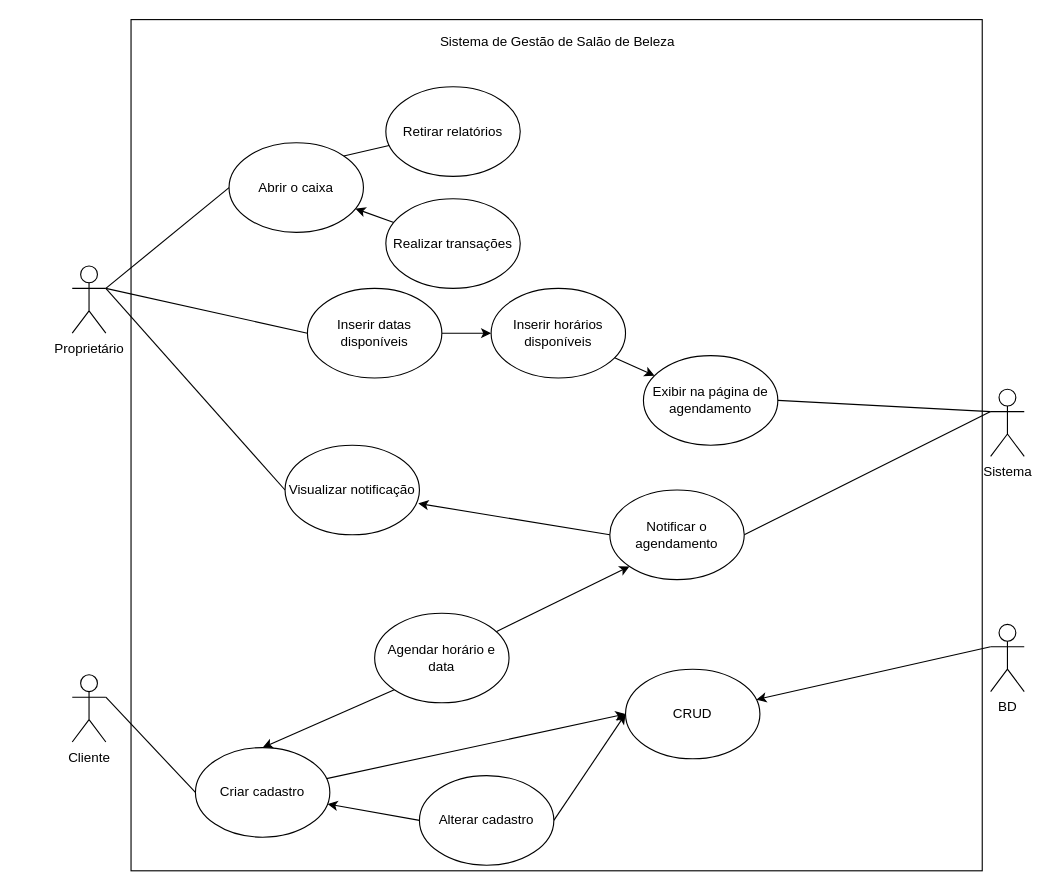
Before: TG.drawio in miguel-ribeiro-07/Diagrams, a draw.io diagram. Source tidied: cells renumbered, new cells numbered last; positions are measured from the earlier drawing's top-left corner, leaving out a move shared by most shapes. Both pictures are drawn from the tidied source at 112%, with x=0, y=0 at pixel (72, 19).
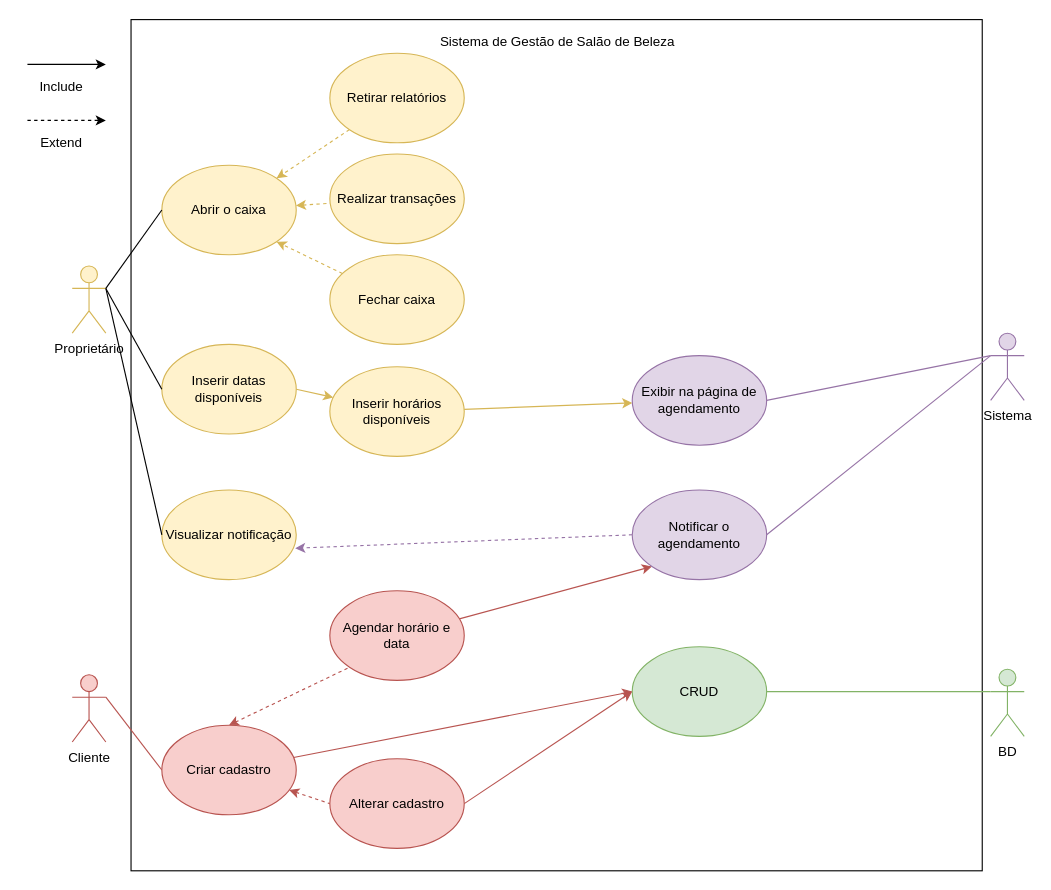
The same page after the edit.

The edit, as a diff of the source:
```diff
@@
-    <mxCell id="2" value="Proprietário" style="shape=umlActor;verticalLabelPosition=bottom;verticalAlign=top;html=1;outlineConnect=0;" parent="1" vertex="1">
+    <mxCell id="2" value="Proprietário" style="shape=umlActor;verticalLabelPosition=bottom;verticalAlign=top;html=1;outlineConnect=0;fillColor=#fff2cc;strokeColor=#d6b656;" parent="1" vertex="1">
       <mxGeometry y="220" width="30" height="60" as="geometry" />
     </mxCell>
@@
-    <mxCell id="4" style="rounded=0;jettySize=auto;html=1;exitX=1;exitY=0.3333333333333333;exitDx=0;exitDy=0;exitPerimeter=0;entryX=0;entryY=0.5;entryDx=0;entryDy=0;endArrow=none;endFill=0;" parent="1" edge="1" source="5" target="14">
+    <mxCell id="4" style="rounded=0;jettySize=auto;html=1;exitX=1;exitY=0.3333333333333333;exitDx=0;exitDy=0;exitPerimeter=0;entryX=0;entryY=0.5;entryDx=0;entryDy=0;endArrow=none;endFill=0;fillColor=#f8cecc;strokeColor=#b85450;" parent="1" edge="1" source="5" target="14">
       <mxGeometry relative="1" as="geometry" />
     </mxCell>
-    <mxCell id="5" value="Cliente" style="shape=umlActor;verticalLabelPosition=bottom;verticalAlign=top;html=1;outlineConnect=0;" parent="1" vertex="1">
+    <mxCell id="5" value="Cliente" style="shape=umlActor;verticalLabelPosition=bottom;verticalAlign=top;html=1;outlineConnect=0;fillColor=#f8cecc;strokeColor=#b85450;" parent="1" vertex="1">
       <mxGeometry y="585" width="30" height="60" as="geometry" />
     </mxCell>
-    <mxCell id="6" style="rounded=0;jettySize=auto;html=1;exitX=0;exitY=0.3333333333333333;exitDx=0;exitDy=0;exitPerimeter=0;" parent="1" edge="1" source="7" target="15">
+    <mxCell id="6" style="rounded=0;jettySize=auto;html=1;exitX=0;exitY=0.3333333333333333;exitDx=0;exitDy=0;exitPerimeter=0;fillColor=#d5e8d4;strokeColor=#82b366;endArrow=none;endFill=0;" parent="1" edge="1" source="7" target="15">
       <mxGeometry relative="1" as="geometry" />
     </mxCell>
-    <mxCell id="7" value="BD" style="shape=umlActor;verticalLabelPosition=bottom;verticalAlign=top;html=1;outlineConnect=0;" parent="1" vertex="1">
-      <mxGeometry x="820" y="540" width="30" height="60" as="geometry" />
+    <mxCell id="7" value="BD" style="shape=umlActor;verticalLabelPosition=bottom;verticalAlign=top;html=1;outlineConnect=0;fillColor=#d5e8d4;strokeColor=#82b366;" parent="1" vertex="1">
+      <mxGeometry x="820" y="580" width="30" height="60" as="geometry" />
     </mxCell>
-    <mxCell id="8" style="edgeStyle=none;rounded=0;jettySize=auto;html=1;exitX=1;exitY=0.5;exitDx=0;exitDy=0;startArrow=none;startFill=0;endArrow=classic;endFill=1;" parent="1" edge="1" source="9" target="20">
+    <mxCell id="8" style="edgeStyle=none;rounded=0;jettySize=auto;html=1;exitX=1;exitY=0.5;exitDx=0;exitDy=0;startArrow=none;startFill=0;endArrow=classic;endFill=1;fillColor=#fff2cc;strokeColor=#d6b656;" parent="1" edge="1" source="9" target="20">
       <mxGeometry relative="1" as="geometry" />
     </mxCell>
-    <mxCell id="9" value="Inserir datas disponíveis" style="ellipse;whiteSpace=wrap;html=1;" parent="1" vertex="1">
-      <mxGeometry x="210" y="240" width="120" height="80" as="geometry" />
+    <mxCell id="9" value="Inserir datas disponíveis" style="ellipse;whiteSpace=wrap;html=1;fillColor=#fff2cc;strokeColor=#d6b656;" parent="1" vertex="1">
+      <mxGeometry x="80" y="290" width="120" height="80" as="geometry" />
     </mxCell>
@@
-    <mxCell id="11" style="edgeStyle=none;rounded=0;jettySize=auto;html=1;entryX=0;entryY=0.5;entryDx=0;entryDy=0;" parent="1" edge="1" source="14" target="15">
+    <mxCell id="11" style="edgeStyle=none;rounded=0;jettySize=auto;html=1;entryX=0;entryY=0.5;entryDx=0;entryDy=0;fillColor=#f8cecc;strokeColor=#b85450;" parent="1" edge="1" source="14" target="15">
       <mxGeometry relative="1" as="geometry" />
     </mxCell>
-    <mxCell id="12" style="edgeStyle=none;rounded=0;jettySize=auto;html=1;entryX=0;entryY=0.5;entryDx=0;entryDy=0;endArrow=none;endFill=0;startArrow=classic;startFill=1;" parent="1" edge="1" source="14" target="18">
+    <mxCell id="12" style="edgeStyle=none;rounded=0;jettySize=auto;html=1;entryX=0;entryY=0.5;entryDx=0;entryDy=0;endArrow=none;endFill=0;startArrow=classic;startFill=1;dashed=1;fillColor=#f8cecc;strokeColor=#b85450;" parent="1" edge="1" source="14" target="18">
       <mxGeometry relative="1" as="geometry" />
     </mxCell>
-    <mxCell id="13" style="edgeStyle=none;rounded=0;jettySize=auto;html=1;exitX=0.5;exitY=0;exitDx=0;exitDy=0;entryX=0;entryY=1;entryDx=0;entryDy=0;startArrow=classic;startFill=1;endArrow=none;endFill=0;" parent="1" edge="1" source="14" target="23">
+    <mxCell id="13" style="edgeStyle=none;rounded=0;jettySize=auto;html=1;exitX=0.5;exitY=0;exitDx=0;exitDy=0;entryX=0;entryY=1;entryDx=0;entryDy=0;startArrow=classic;startFill=1;endArrow=none;endFill=0;dashed=1;fillColor=#f8cecc;strokeColor=#b85450;" parent="1" edge="1" source="14" target="23">
       <mxGeometry relative="1" as="geometry" />
     </mxCell>
-    <mxCell id="14" value="Criar cadastro" style="ellipse;whiteSpace=wrap;html=1;" parent="1" vertex="1">
-      <mxGeometry x="110" y="650" width="120" height="80" as="geometry" />
+    <mxCell id="14" value="Criar cadastro" style="ellipse;whiteSpace=wrap;html=1;fillColor=#f8cecc;strokeColor=#b85450;" parent="1" vertex="1">
+      <mxGeometry x="80" y="630" width="120" height="80" as="geometry" />
     </mxCell>
-    <mxCell id="15" value="CRUD" style="ellipse;whiteSpace=wrap;html=1;" parent="1" vertex="1">
-      <mxGeometry x="494" y="580" width="120" height="80" as="geometry" />
+    <mxCell id="15" value="CRUD" style="ellipse;whiteSpace=wrap;html=1;fillColor=#d5e8d4;strokeColor=#82b366;" parent="1" vertex="1">
+      <mxGeometry x="500" y="560" width="120" height="80" as="geometry" />
     </mxCell>
@@
-    <mxCell id="17" style="edgeStyle=none;rounded=0;jettySize=auto;html=1;entryX=0;entryY=0.5;entryDx=0;entryDy=0;endArrow=classic;endFill=1;exitX=1;exitY=0.5;exitDx=0;exitDy=0;" parent="1" edge="1" source="18" target="15">
+    <mxCell id="17" style="edgeStyle=none;rounded=0;jettySize=auto;html=1;entryX=0;entryY=0.5;entryDx=0;entryDy=0;endArrow=classic;endFill=1;exitX=1;exitY=0.5;exitDx=0;exitDy=0;fillColor=#f8cecc;strokeColor=#b85450;" parent="1" edge="1" source="18" target="15">
       <mxGeometry relative="1" as="geometry" />
     </mxCell>
-    <mxCell id="18" value="Alterar cadastro" style="ellipse;whiteSpace=wrap;html=1;" parent="1" vertex="1">
-      <mxGeometry x="310" y="675" width="120" height="80" as="geometry" />
+    <mxCell id="18" value="Alterar cadastro" style="ellipse;whiteSpace=wrap;html=1;fillColor=#f8cecc;strokeColor=#b85450;" parent="1" vertex="1">
+      <mxGeometry x="230" y="660" width="120" height="80" as="geometry" />
     </mxCell>
-    <mxCell id="19" style="edgeStyle=none;rounded=0;jettySize=auto;html=1;startArrow=none;startFill=0;endArrow=classic;endFill=1;" parent="1" edge="1" source="20" target="21">
+    <mxCell id="19" style="edgeStyle=none;rounded=0;jettySize=auto;html=1;startArrow=none;startFill=0;endArrow=classic;endFill=1;fillColor=#fff2cc;strokeColor=#d6b656;" parent="1" edge="1" source="20" target="21">
       <mxGeometry relative="1" as="geometry" />
     </mxCell>
-    <mxCell id="20" value="Inserir horários disponíveis" style="ellipse;whiteSpace=wrap;html=1;" parent="1" vertex="1">
-      <mxGeometry x="374" y="240" width="120" height="80" as="geometry" />
+    <mxCell id="20" value="Inserir horários disponíveis" style="ellipse;whiteSpace=wrap;html=1;fillColor=#fff2cc;strokeColor=#d6b656;" parent="1" vertex="1">
+      <mxGeometry x="230" y="310" width="120" height="80" as="geometry" />
     </mxCell>
-    <mxCell id="21" value="Exibir na página de agendamento" style="ellipse;whiteSpace=wrap;html=1;" parent="1" vertex="1">
-      <mxGeometry x="510" y="300" width="120" height="80" as="geometry" />
+    <mxCell id="21" value="Exibir na página de agendamento" style="ellipse;whiteSpace=wrap;html=1;fillColor=#e1d5e7;strokeColor=#9673a6;" parent="1" vertex="1">
+      <mxGeometry x="500" y="300" width="120" height="80" as="geometry" />
     </mxCell>
-    <mxCell id="22" style="edgeStyle=none;rounded=0;jettySize=auto;html=1;entryX=0;entryY=1;entryDx=0;entryDy=0;startArrow=none;startFill=0;endArrow=classic;endFill=1;" parent="1" edge="1" source="23" target="26">
+    <mxCell id="22" style="edgeStyle=none;rounded=0;jettySize=auto;html=1;entryX=0;entryY=1;entryDx=0;entryDy=0;startArrow=none;startFill=0;endArrow=classic;endFill=1;fillColor=#f8cecc;strokeColor=#b85450;" parent="1" edge="1" source="23" target="26">
       <mxGeometry relative="1" as="geometry" />
     </mxCell>
-    <mxCell id="23" value="Agendar horário e data" style="ellipse;whiteSpace=wrap;html=1;" parent="1" vertex="1">
-      <mxGeometry x="270" y="530" width="120" height="80" as="geometry" />
+    <mxCell id="23" value="Agendar horário e data" style="ellipse;whiteSpace=wrap;html=1;fillColor=#f8cecc;strokeColor=#b85450;" parent="1" vertex="1">
+      <mxGeometry x="230" y="510" width="120" height="80" as="geometry" />
     </mxCell>
-    <mxCell id="24" style="edgeStyle=none;rounded=0;jettySize=auto;html=1;exitX=0;exitY=0.5;exitDx=0;exitDy=0;entryX=0.992;entryY=0.65;entryDx=0;entryDy=0;entryPerimeter=0;startArrow=none;startFill=0;endArrow=classic;endFill=1;" parent="1" edge="1" source="26" target="27">
+    <mxCell id="24" style="edgeStyle=none;rounded=0;jettySize=auto;html=1;exitX=0;exitY=0.5;exitDx=0;exitDy=0;entryX=0.992;entryY=0.65;entryDx=0;entryDy=0;entryPerimeter=0;startArrow=none;startFill=0;endArrow=classic;endFill=1;dashed=1;fillColor=#e1d5e7;strokeColor=#9673a6;" parent="1" edge="1" source="26" target="27">
       <mxGeometry relative="1" as="geometry" />
     </mxCell>
-    <mxCell id="25" style="edgeStyle=none;rounded=0;jettySize=auto;html=1;exitX=1;exitY=0.5;exitDx=0;exitDy=0;entryX=0;entryY=0.3333333333333333;entryDx=0;entryDy=0;entryPerimeter=0;startArrow=none;startFill=0;endArrow=none;endFill=0;" parent="1" edge="1" source="26" target="34">
+    <mxCell id="25" style="edgeStyle=none;rounded=0;jettySize=auto;html=1;exitX=1;exitY=0.5;exitDx=0;exitDy=0;entryX=0;entryY=0.3333333333333333;entryDx=0;entryDy=0;entryPerimeter=0;startArrow=none;startFill=0;endArrow=none;endFill=0;fillColor=#e1d5e7;strokeColor=#9673a6;" parent="1" edge="1" source="26" target="34">
       <mxGeometry relative="1" as="geometry" />
     </mxCell>
-    <mxCell id="26" value="Notificar o agendamento" style="ellipse;whiteSpace=wrap;html=1;" parent="1" vertex="1">
-      <mxGeometry x="480" y="420" width="120" height="80" as="geometry" />
+    <mxCell id="26" value="Notificar o agendamento" style="ellipse;whiteSpace=wrap;html=1;fillColor=#e1d5e7;strokeColor=#9673a6;" parent="1" vertex="1">
+      <mxGeometry x="500" y="420" width="120" height="80" as="geometry" />
     </mxCell>
-    <mxCell id="27" value="Visualizar notificação" style="ellipse;whiteSpace=wrap;html=1;" parent="1" vertex="1">
-      <mxGeometry x="190" y="380" width="120" height="80" as="geometry" />
+    <mxCell id="27" value="Visualizar notificação" style="ellipse;whiteSpace=wrap;html=1;fillColor=#fff2cc;strokeColor=#d6b656;" parent="1" vertex="1">
+      <mxGeometry x="80" y="420" width="120" height="80" as="geometry" />
     </mxCell>
@@
-    <mxCell id="29" style="edgeStyle=none;rounded=0;jettySize=auto;html=1;startArrow=classic;startFill=1;endArrow=none;endFill=0;" parent="1" edge="1" source="30" target="32">
+    <mxCell id="29" style="edgeStyle=none;rounded=0;jettySize=auto;html=1;startArrow=classic;startFill=1;endArrow=none;endFill=0;fillColor=#fff2cc;strokeColor=#d6b656;dashed=1;" parent="1" edge="1" source="30" target="32">
       <mxGeometry relative="1" as="geometry" />
     </mxCell>
-    <mxCell id="30" value="Abrir o caixa" style="ellipse;whiteSpace=wrap;html=1;" parent="1" vertex="1">
-      <mxGeometry x="140" y="110" width="120" height="80" as="geometry" />
+    <mxCell id="30" value="Abrir o caixa" style="ellipse;whiteSpace=wrap;html=1;fillColor=#fff2cc;strokeColor=#d6b656;" parent="1" vertex="1">
+      <mxGeometry x="80" y="130" width="120" height="80" as="geometry" />
     </mxCell>
@@
-    <mxCell id="32" value="Realizar transações" style="ellipse;whiteSpace=wrap;html=1;" parent="1" vertex="1">
-      <mxGeometry x="280" y="160" width="120" height="80" as="geometry" />
+    <mxCell id="32" value="Realizar transações" style="ellipse;whiteSpace=wrap;html=1;fillColor=#fff2cc;strokeColor=#d6b656;" parent="1" vertex="1">
+      <mxGeometry x="230" y="120" width="120" height="80" as="geometry" />
     </mxCell>
-    <mxCell id="33" style="edgeStyle=none;rounded=0;jettySize=auto;html=1;exitX=0;exitY=0.3333333333333333;exitDx=0;exitDy=0;exitPerimeter=0;entryX=1;entryY=0.5;entryDx=0;entryDy=0;startArrow=none;startFill=0;endArrow=none;endFill=0;" parent="1" edge="1" source="34" target="21">
+    <mxCell id="33" style="edgeStyle=none;rounded=0;jettySize=auto;html=1;exitX=0;exitY=0.3333333333333333;exitDx=0;exitDy=0;exitPerimeter=0;entryX=1;entryY=0.5;entryDx=0;entryDy=0;startArrow=none;startFill=0;endArrow=none;endFill=0;fillColor=#e1d5e7;strokeColor=#9673a6;" parent="1" edge="1" source="34" target="21">
       <mxGeometry relative="1" as="geometry" />
     </mxCell>
-    <mxCell id="34" value="Sistema" style="shape=umlActor;verticalLabelPosition=bottom;verticalAlign=top;html=1;outlineConnect=0;" parent="1" vertex="1">
-      <mxGeometry x="820" y="330" width="30" height="60" as="geometry" />
+    <mxCell id="34" value="Sistema" style="shape=umlActor;verticalLabelPosition=bottom;verticalAlign=top;html=1;outlineConnect=0;fillColor=#e1d5e7;strokeColor=#9673a6;" parent="1" vertex="1">
+      <mxGeometry x="820" y="280" width="30" height="60" as="geometry" />
     </mxCell>
-    <mxCell id="35" style="edgeStyle=none;rounded=0;jettySize=auto;html=1;entryX=1;entryY=0;entryDx=0;entryDy=0;startArrow=none;startFill=0;endArrow=none;endFill=0;" parent="1" edge="1" source="36" target="30">
+    <mxCell id="35" style="edgeStyle=none;rounded=0;jettySize=auto;html=1;entryX=1;entryY=0;entryDx=0;entryDy=0;startArrow=none;startFill=0;endArrow=classic;endFill=1;fillColor=#fff2cc;strokeColor=#d6b656;dashed=1;" parent="1" edge="1" source="36" target="30">
       <mxGeometry relative="1" as="geometry" />
     </mxCell>
-    <mxCell id="36" value="Retirar relatórios" style="ellipse;whiteSpace=wrap;html=1;" parent="1" vertex="1">
-      <mxGeometry x="280" y="60" width="120" height="80" as="geometry" />
+    <mxCell id="36" value="Retirar relatórios" style="ellipse;whiteSpace=wrap;html=1;fillColor=#fff2cc;strokeColor=#d6b656;" parent="1" vertex="1">
+      <mxGeometry x="230" y="30" width="120" height="80" as="geometry" />
     </mxCell>
+    <mxCell id="37" style="rounded=0;jettySize=auto;html=1;entryX=1;entryY=1;entryDx=0;entryDy=0;dashed=1;startArrow=none;startFill=0;endArrow=classic;endFill=1;fillColor=#fff2cc;strokeColor=#d6b656;" parent="1" edge="1" source="38" target="30">
+      <mxGeometry relative="1" as="geometry" />
+    </mxCell>
+    <mxCell id="38" value="Fechar caixa" style="ellipse;whiteSpace=wrap;html=1;fillColor=#fff2cc;strokeColor=#d6b656;" parent="1" vertex="1">
+      <mxGeometry x="230" y="210" width="120" height="80" as="geometry" />
+    </mxCell>
+    <mxCell id="39" style="endArrow=classic;html=1;" parent="1" edge="1">
+      <mxGeometry relative="1" as="geometry">
+        <mxPoint x="-40" y="40" as="sourcePoint" />
+        <mxPoint x="30" y="40" as="targetPoint" />
+      </mxGeometry>
+    </mxCell>
+    <mxCell id="40" value="Include" style="text;html=1;align=center;verticalAlign=middle;" parent="1" vertex="1">
+      <mxGeometry x="-35" y="50" width="50" height="20" as="geometry" />
+    </mxCell>
+    <mxCell id="41" style="endArrow=classic;html=1;dashed=1;" parent="1" edge="1">
+      <mxGeometry relative="1" as="geometry">
+        <mxPoint x="-40" y="90" as="sourcePoint" />
+        <mxPoint x="30" y="90" as="targetPoint" />
+      </mxGeometry>
+    </mxCell>
+    <mxCell id="42" value="Extend" style="text;html=1;align=center;verticalAlign=middle;" parent="1" vertex="1">
+      <mxGeometry x="-35" y="100" width="50" height="20" as="geometry" />
+    </mxCell>
```
